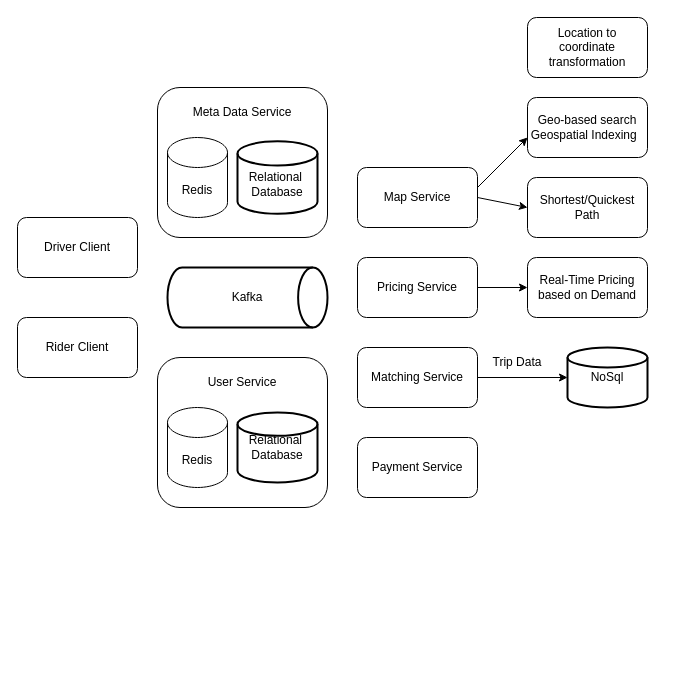
Earlier version of the draw.io diagram 14_UberLyft.drawio (xwq172677170/SysdDiagram). Source tidied: cells renumbered, new cells numbered last; positions are measured from the earlier drawing's top-left corner, leaving out a move shared by most shapes. Both pictures are drawn from the tidied source at 100%, with x=0, y=0 at pixel (17, 17).
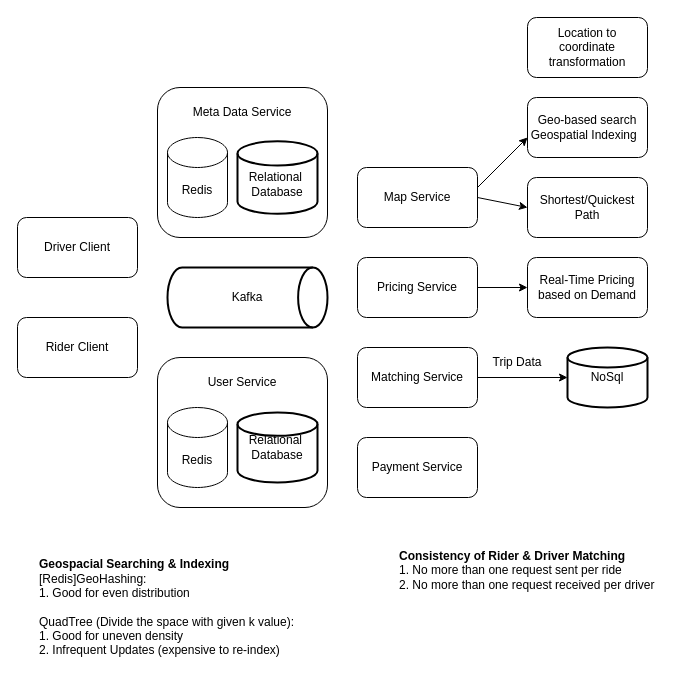
The same diagram, later.

Change to the diagram source:
```diff
@@
+    <mxCell id="27" value="&lt;div&gt;&lt;b&gt;Geospacial Searching &amp;amp; Indexing&lt;/b&gt;&lt;/div&gt;[&lt;span style=&quot;background-color: transparent; color: light-dark(rgb(0, 0, 0), rgb(255, 255, 255));&quot;&gt;Redis]GeoHashing:&lt;/span&gt;&lt;div&gt;&lt;div&gt;1. Good for even distribution&lt;/div&gt;&lt;div&gt;&lt;br&gt;&lt;/div&gt;&lt;div&gt;&lt;span style=&quot;background-color: transparent; color: light-dark(rgb(0, 0, 0), rgb(255, 255, 255));&quot;&gt;QuadTree (Divide the space with given k value):&lt;/span&gt;&lt;div&gt;1. Good for uneven density&lt;/div&gt;&lt;div&gt;2. Infrequent Updates (expensive to re-index)&lt;/div&gt;&lt;/div&gt;&lt;/div&gt;" style="text;html=1;align=left;verticalAlign=middle;whiteSpace=wrap;rounded=0;" parent="1" vertex="1">
+      <mxGeometry x="20" y="530" width="550" height="120" as="geometry" />
+    </mxCell>
+    <mxCell id="28" value="&lt;b&gt;Consistency of&amp;nbsp;Rider &amp;amp; Driver Matching&lt;/b&gt;&lt;div&gt;&lt;div&gt;1. No more than one request sent per ride&lt;/div&gt;&lt;div&gt;2. No more than one request received per driver&lt;/div&gt;&lt;/div&gt;" style="text;html=1;align=left;verticalAlign=middle;whiteSpace=wrap;rounded=0;" parent="1" vertex="1">
+      <mxGeometry x="380" y="520" width="270" height="65" as="geometry" />
+    </mxCell>
```
